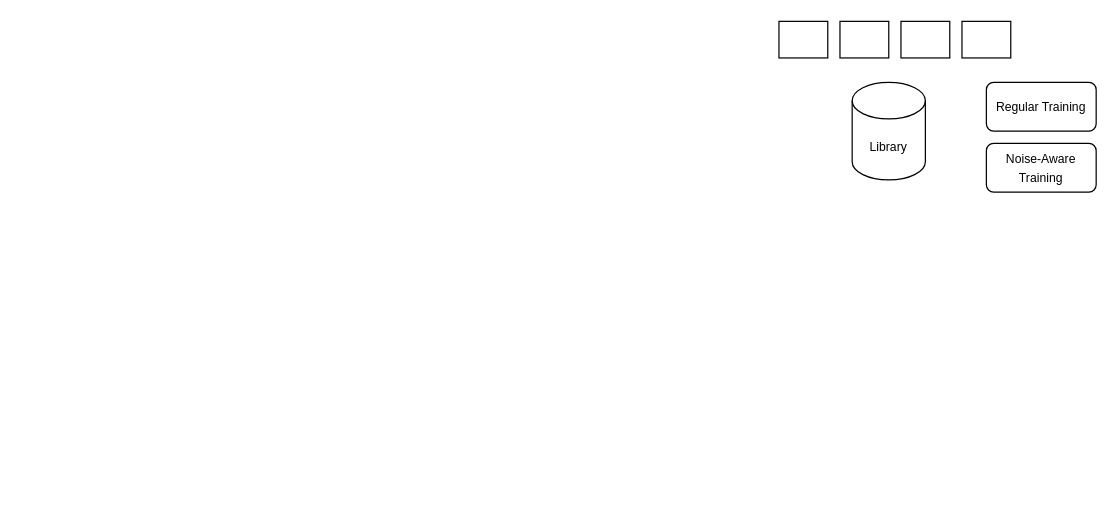
tasnimahmed11/drawio_stash keeps this draw.io diagram as Untitled Diagram.drawio. Above is the earlier version. Source tidied: cells renumbered, new cells numbered last; positions are measured from the earlier drawing's top-left corner, leaving out a move shared by most shapes. Both pictures are drawn from the tidied source at 122%, with x=0, y=0 at pixel (778, 21).
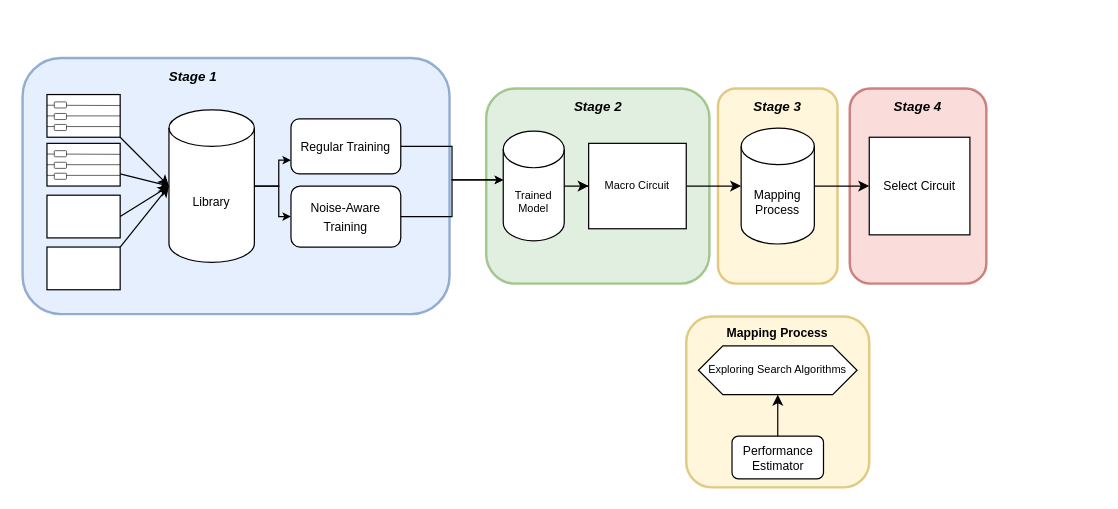
After the change.

What changed in the source:
```diff
@@
+    <mxCell id="9" style="rounded=1;whiteSpace=wrap;html=1;strokeWidth=2;fontSize=10;fillColor=#f8cecc;opacity=70;strokeColor=#b85450;" parent="1" vertex="1">
+      <mxGeometry x="58" y="55" width="112" height="160" as="geometry" />
+    </mxCell>
+    <mxCell id="10" style="rounded=1;whiteSpace=wrap;html=1;strokeWidth=2;fontSize=10;fillColor=#fff2cc;opacity=70;strokeColor=#d6b656;" parent="1" vertex="1">
+      <mxGeometry x="-76" y="242" width="150" height="140" as="geometry" />
+    </mxCell>
+    <mxCell id="11" style="rounded=1;whiteSpace=wrap;html=1;strokeWidth=2;fontSize=10;fillColor=#fff2cc;strokeColor=#d6b656;opacity=70;" parent="1" vertex="1">
+      <mxGeometry x="-50" y="55" width="98" height="160" as="geometry" />
+    </mxCell>
+    <mxCell id="12" style="rounded=1;whiteSpace=wrap;html=1;fontSize=9;fillColor=#d5e8d4;strokeColor=#82b366;strokeWidth=2;opacity=70;" parent="1" vertex="1">
+      <mxGeometry x="-240" y="55" width="183" height="160" as="geometry" />
+    </mxCell>
+    <mxCell id="13" style="rounded=1;whiteSpace=wrap;html=1;fontSize=9;fillColor=#dae8fc;strokeColor=#6c8ebf;strokeWidth=2;opacity=70;" parent="1" vertex="1">
+      <mxGeometry x="-620" y="30" width="350" height="210" as="geometry" />
+    </mxCell>
+    <mxCell id="14" style="edgeStyle=orthogonalEdgeStyle;rounded=0;jettySize=auto;html=1;entryX=0;entryY=0.75;entryDx=0;entryDy=0;strokeWidth=1;fontSize=10;endSize=4;" parent="1" edge="1" source="2" target="3">
+      <mxGeometry relative="1" as="geometry" />
+    </mxCell>
+    <mxCell id="15" style="edgeStyle=orthogonalEdgeStyle;rounded=0;jettySize=auto;html=1;entryX=0;entryY=0.5;entryDx=0;entryDy=0;strokeWidth=1;fontSize=10;endSize=4;" parent="1" edge="1" source="2" target="8">
+      <mxGeometry relative="1" as="geometry" />
+    </mxCell>
     <mxCell id="2" value="&lt;font style=&quot;font-size: 10px;&quot;&gt;Library&lt;/font&gt;" style="shape=cylinder3;whiteSpace=wrap;html=1;boundedLbl=1;backgroundOutline=1;size=15;" parent="1" vertex="1">
-      <mxGeometry x="60" y="50" width="60" height="80" as="geometry" />
+      <mxGeometry x="-500" y="72.5" width="70" height="125" as="geometry" />
     </mxCell>
     <mxCell id="3" value="&lt;font style=&quot;font-size: 10px;&quot;&gt;Regular Training&lt;/font&gt;" style="rounded=1;whiteSpace=wrap;html=1;" parent="1" vertex="1">
-      <mxGeometry x="170" y="50" width="90" height="40" as="geometry" />
+      <mxGeometry x="-400" y="80" width="90" height="45" as="geometry" />
     </mxCell>
     <mxCell id="4" style="rounded=0;whiteSpace=wrap;html=1;" parent="1" vertex="1">
-      <mxGeometry width="40" height="30" as="geometry" />
+      <mxGeometry x="-600" y="185" width="60" height="35" as="geometry" />
     </mxCell>
     <mxCell id="5" style="rounded=0;whiteSpace=wrap;html=1;" parent="1" vertex="1">
-      <mxGeometry x="50" width="40" height="30" as="geometry" />
+      <mxGeometry x="-600" y="142.5" width="60" height="35" as="geometry" />
     </mxCell>
-    <mxCell id="6" style="rounded=0;whiteSpace=wrap;html=1;" parent="1" vertex="1">
-      <mxGeometry x="100" width="40" height="30" as="geometry" />
-    </mxCell>
-    <mxCell id="7" style="rounded=0;whiteSpace=wrap;html=1;" parent="1" vertex="1">
-      <mxGeometry x="150" width="40" height="30" as="geometry" />
-    </mxCell>
     <mxCell id="8" value="&lt;font style=&quot;font-size: 10px;&quot;&gt;Noise-Aware Training&lt;/font&gt;" style="rounded=1;whiteSpace=wrap;html=1;" parent="1" vertex="1">
-      <mxGeometry x="170" y="100" width="90" height="40" as="geometry" />
+      <mxGeometry x="-400" y="135" width="90" height="50" as="geometry" />
     </mxCell>
+    <mxCell id="16" style="endArrow=classic;html=1;rounded=0;fontSize=10;exitX=1;exitY=0;exitDx=0;exitDy=0;entryX=0;entryY=0.5;entryDx=0;entryDy=0;entryPerimeter=0;" parent="1" edge="1" source="4" target="2">
+      <mxGeometry relative="1" as="geometry" />
+    </mxCell>
+    <mxCell id="17" style="endArrow=classic;html=1;rounded=0;fontSize=10;exitX=1;exitY=0.5;exitDx=0;exitDy=0;" parent="1" edge="1" source="5">
+      <mxGeometry relative="1" as="geometry">
+        <mxPoint x="-500" y="135" as="targetPoint" />
+      </mxGeometry>
+    </mxCell>
+    <mxCell id="18" style="endArrow=classic;html=1;rounded=0;fontSize=10;exitX=1;exitY=1;exitDx=0;exitDy=0;entryX=0;entryY=0.5;entryDx=0;entryDy=0;entryPerimeter=0;" parent="1" edge="1" source="34" target="2">
+      <mxGeometry relative="1" as="geometry" />
+    </mxCell>
+    <mxCell id="19" style="edgeStyle=orthogonalEdgeStyle;rounded=0;jettySize=auto;html=1;entryX=0;entryY=0.5;entryDx=0;entryDy=0;fontSize=9;" parent="1" edge="1" source="20" target="22">
+      <mxGeometry relative="1" as="geometry" />
+    </mxCell>
+    <mxCell id="20" value="&lt;p style=&quot;line-height: 1.2; font-size: 9px;&quot;&gt;&lt;font style=&quot;font-size: 9px;&quot;&gt;Trained Model&lt;/font&gt;&lt;/p&gt;" style="shape=cylinder3;whiteSpace=wrap;html=1;boundedLbl=1;backgroundOutline=1;size=15;fontSize=10;" parent="1" vertex="1">
+      <mxGeometry x="-226" y="90" width="50" height="90" as="geometry" />
+    </mxCell>
+    <mxCell id="21" style="edgeStyle=orthogonalEdgeStyle;rounded=0;jettySize=auto;html=1;entryX=0;entryY=0.5;entryDx=0;entryDy=0;entryPerimeter=0;fontSize=10;" parent="1" edge="1" source="22" target="27">
+      <mxGeometry relative="1" as="geometry" />
+    </mxCell>
+    <mxCell id="22" value="Macro Circuit" style="rounded=0;whiteSpace=wrap;html=1;fontSize=9;" parent="1" vertex="1">
+      <mxGeometry x="-156" y="100" width="80" height="70" as="geometry" />
+    </mxCell>
+    <mxCell id="23" value="Exploring Search Algorithms" style="shape=hexagon;perimeter=hexagonPerimeter2;whiteSpace=wrap;html=1;fixedSize=1;strokeWidth=1;fontSize=9;fillColor=default;" parent="1" vertex="1">
+      <mxGeometry x="-66" y="266" width="130" height="40" as="geometry" />
+    </mxCell>
+    <mxCell id="24" style="edgeStyle=orthogonalEdgeStyle;rounded=0;jettySize=auto;html=1;entryX=0.5;entryY=1;entryDx=0;entryDy=0;fontSize=10;" parent="1" edge="1" source="25" target="23">
+      <mxGeometry relative="1" as="geometry" />
+    </mxCell>
+    <mxCell id="25" value="Performance Estimator" style="rounded=1;whiteSpace=wrap;html=1;strokeWidth=1;fontSize=10;fillColor=default;" parent="1" vertex="1">
+      <mxGeometry x="-38.5" y="340" width="75" height="35" as="geometry" />
+    </mxCell>
+    <mxCell id="26" style="edgeStyle=orthogonalEdgeStyle;rounded=0;jettySize=auto;html=1;entryX=0;entryY=0.5;entryDx=0;entryDy=0;fontSize=10;" parent="1" edge="1" source="27" target="28">
+      <mxGeometry relative="1" as="geometry" />
+    </mxCell>
+    <mxCell id="27" value="Mapping Process" style="shape=cylinder3;whiteSpace=wrap;html=1;boundedLbl=1;backgroundOutline=1;size=15;strokeWidth=1;fontSize=10;fillColor=default;" parent="1" vertex="1">
+      <mxGeometry x="-31" y="87.5" width="60" height="95" as="geometry" />
+    </mxCell>
+    <mxCell id="28" value="Select Circuit" style="rounded=0;whiteSpace=wrap;html=1;strokeWidth=1;fontSize=10;fillColor=default;" parent="1" vertex="1">
+      <mxGeometry x="74" y="95" width="82.5" height="80" as="geometry" />
+    </mxCell>
+    <mxCell id="29" value="&lt;i&gt;&lt;b&gt;&lt;font style=&quot;font-size: 11px;&quot;&gt;Stage 1&lt;/font&gt;&lt;/b&gt;&lt;/i&gt;" style="text;html=1;strokeColor=none;fillColor=none;align=center;verticalAlign=middle;whiteSpace=wrap;rounded=0;strokeWidth=2;fontSize=10;opacity=70;" parent="1" vertex="1">
+      <mxGeometry x="-510" y="30" width="60" height="30" as="geometry" />
+    </mxCell>
+    <mxCell id="30" value="&lt;i&gt;&lt;b&gt;&lt;font style=&quot;font-size: 11px;&quot;&gt;Stage 2&lt;/font&gt;&lt;/b&gt;&lt;/i&gt;" style="text;html=1;strokeColor=none;fillColor=none;align=center;verticalAlign=middle;whiteSpace=wrap;rounded=0;strokeWidth=2;fontSize=10;opacity=70;" parent="1" vertex="1">
+      <mxGeometry x="-178.5" y="55" width="60" height="30" as="geometry" />
+    </mxCell>
+    <mxCell id="31" value="&lt;i&gt;&lt;b&gt;&lt;font style=&quot;font-size: 11px;&quot;&gt;Stage 3&lt;/font&gt;&lt;/b&gt;&lt;/i&gt;" style="text;html=1;strokeColor=none;fillColor=none;align=center;verticalAlign=middle;whiteSpace=wrap;rounded=0;strokeWidth=2;fontSize=10;opacity=70;" parent="1" vertex="1">
+      <mxGeometry x="-31" y="55" width="60" height="30" as="geometry" />
+    </mxCell>
+    <mxCell id="32" value="&lt;i&gt;&lt;b&gt;&lt;font style=&quot;font-size: 11px;&quot;&gt;Stage 4&lt;/font&gt;&lt;/b&gt;&lt;/i&gt;" style="text;html=1;strokeColor=none;fillColor=none;align=center;verticalAlign=middle;whiteSpace=wrap;rounded=0;strokeWidth=2;fontSize=10;opacity=70;" parent="1" vertex="1">
+      <mxGeometry x="84" y="55" width="60" height="30" as="geometry" />
+    </mxCell>
+    <mxCell id="33" value="&lt;b style=&quot;&quot;&gt;&lt;font style=&quot;font-size: 10px;&quot;&gt;Mapping Process&lt;/font&gt;&lt;/b&gt;" style="text;html=1;strokeColor=none;fillColor=none;align=center;verticalAlign=middle;whiteSpace=wrap;rounded=0;strokeWidth=2;fontSize=10;opacity=70;" parent="1" vertex="1">
+      <mxGeometry x="-46" y="240" width="90" height="30" as="geometry" />
+    </mxCell>
+    <mxCell id="34" style="rounded=0;whiteSpace=wrap;html=1;" parent="1" vertex="1">
+      <mxGeometry x="-600" y="60" width="60" height="35" as="geometry" />
+    </mxCell>
+    <mxCell id="35" style="endArrow=none;html=1;rounded=0;fontSize=10;exitX=0;exitY=0.25;exitDx=0;exitDy=0;endSize=4;strokeWidth=0.5;" parent="1" edge="1" source="34">
+      <mxGeometry relative="1" as="geometry">
+        <mxPoint x="-540" y="69" as="targetPoint" />
+      </mxGeometry>
+    </mxCell>
+    <mxCell id="36" style="endArrow=none;html=1;rounded=0;fontSize=10;exitX=0;exitY=0.5;exitDx=0;exitDy=0;endSize=4;strokeWidth=0.5;entryX=1;entryY=0.5;entryDx=0;entryDy=0;" parent="1" edge="1" source="34" target="34">
+      <mxGeometry relative="1" as="geometry" />
+    </mxCell>
+    <mxCell id="37" style="endArrow=none;html=1;rounded=0;fontSize=10;exitX=0;exitY=0.75;exitDx=0;exitDy=0;endSize=4;strokeWidth=0.5;entryX=1;entryY=0.75;entryDx=0;entryDy=0;" parent="1" edge="1" source="34" target="34">
+      <mxGeometry relative="1" as="geometry" />
+    </mxCell>
+    <mxCell id="38" style="rounded=1;whiteSpace=wrap;html=1;strokeWidth=0.5;fontSize=10;fillColor=default;" parent="1" vertex="1">
+      <mxGeometry x="-594" y="66" width="10" height="5" as="geometry" />
+    </mxCell>
+    <mxCell id="39" style="rounded=1;whiteSpace=wrap;html=1;strokeWidth=0.5;fontSize=10;fillColor=default;" parent="1" vertex="1">
+      <mxGeometry x="-594" y="84.5" width="10" height="5" as="geometry" />
+    </mxCell>
+    <mxCell id="40" style="rounded=1;whiteSpace=wrap;html=1;strokeWidth=0.5;fontSize=10;fillColor=default;" parent="1" vertex="1">
+      <mxGeometry x="-594" y="75.5" width="10" height="5" as="geometry" />
+    </mxCell>
+    <mxCell id="41" style="edgeStyle=none;rounded=0;jettySize=auto;html=1;entryX=0;entryY=0.5;entryDx=0;entryDy=0;entryPerimeter=0;strokeWidth=1;fontSize=10;endSize=4;" parent="1" edge="1" source="42" target="2">
+      <mxGeometry relative="1" as="geometry" />
+    </mxCell>
+    <mxCell id="42" style="rounded=0;whiteSpace=wrap;html=1;" parent="1" vertex="1">
+      <mxGeometry x="-600" y="100" width="60" height="35" as="geometry" />
+    </mxCell>
+    <mxCell id="43" style="endArrow=none;html=1;rounded=0;fontSize=10;exitX=0;exitY=0.25;exitDx=0;exitDy=0;endSize=4;strokeWidth=0.5;" parent="1" edge="1" source="42">
+      <mxGeometry relative="1" as="geometry">
+        <mxPoint x="-540" y="109" as="targetPoint" />
+      </mxGeometry>
+    </mxCell>
+    <mxCell id="44" style="endArrow=none;html=1;rounded=0;fontSize=10;exitX=0;exitY=0.5;exitDx=0;exitDy=0;endSize=4;strokeWidth=0.5;entryX=1;entryY=0.5;entryDx=0;entryDy=0;" parent="1" edge="1" source="42" target="42">
+      <mxGeometry relative="1" as="geometry" />
+    </mxCell>
+    <mxCell id="45" style="endArrow=none;html=1;rounded=0;fontSize=10;exitX=0;exitY=0.75;exitDx=0;exitDy=0;endSize=4;strokeWidth=0.5;entryX=1;entryY=0.75;entryDx=0;entryDy=0;" parent="1" edge="1" source="42" target="42">
+      <mxGeometry relative="1" as="geometry" />
+    </mxCell>
+    <mxCell id="46" style="rounded=1;whiteSpace=wrap;html=1;strokeWidth=0.5;fontSize=10;fillColor=default;" parent="1" vertex="1">
+      <mxGeometry x="-594" y="106" width="10" height="5" as="geometry" />
+    </mxCell>
+    <mxCell id="47" style="rounded=1;whiteSpace=wrap;html=1;strokeWidth=0.5;fontSize=10;fillColor=default;" parent="1" vertex="1">
+      <mxGeometry x="-594" y="124.5" width="10" height="5" as="geometry" />
+    </mxCell>
+    <mxCell id="48" style="rounded=1;whiteSpace=wrap;html=1;strokeWidth=0.5;fontSize=10;fillColor=default;" parent="1" vertex="1">
+      <mxGeometry x="-594" y="115.5" width="10" height="5" as="geometry" />
+    </mxCell>
+    <mxCell id="49" style="edgeStyle=orthogonalEdgeStyle;rounded=0;jettySize=auto;html=1;strokeWidth=1;fontSize=10;endSize=4;" parent="1" edge="1" source="8" target="20">
+      <mxGeometry relative="1" as="geometry">
+        <Array as="points">
+          <mxPoint x="-268" y="160" />
+          <mxPoint x="-268" y="130" />
+        </Array>
+      </mxGeometry>
+    </mxCell>
+    <mxCell id="50" style="edgeStyle=orthogonalEdgeStyle;rounded=0;jettySize=auto;html=1;strokeWidth=1;fontSize=10;endSize=4;exitX=1;exitY=0.5;exitDx=0;exitDy=0;" parent="1" edge="1" source="3" target="20">
+      <mxGeometry relative="1" as="geometry">
+        <Array as="points">
+          <mxPoint x="-268" y="103" />
+          <mxPoint x="-268" y="130" />
+        </Array>
+      </mxGeometry>
+    </mxCell>
```
